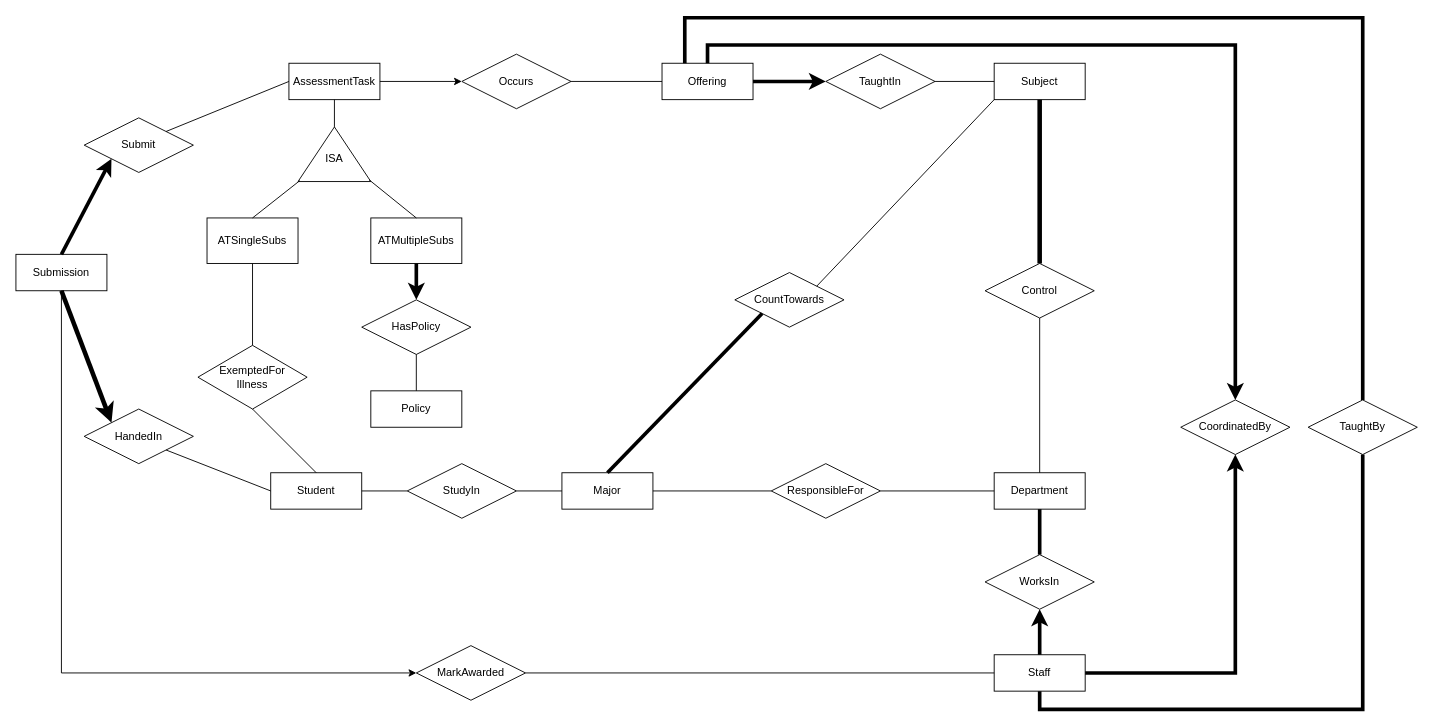
The draw.io diagram isys2120a2.drawio in NguyenChHieu/graphs, before the edit. Source tidied: cells renumbered, new cells numbered last; positions are measured from the earlier drawing's top-left corner, leaving out a move shared by most shapes. Both pictures are drawn from the tidied source at 91%, with x=0, y=0 at pixel (15, 17).
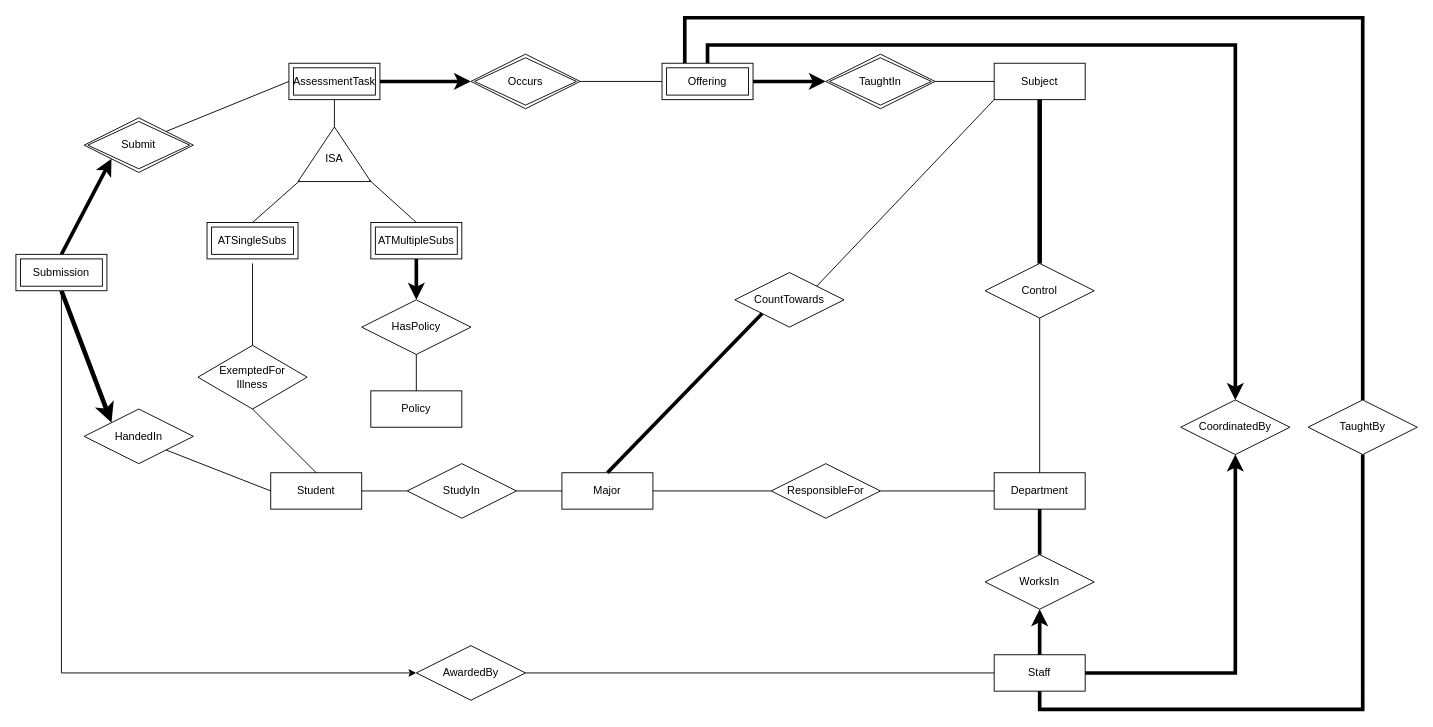
After the change.

The change refers to these unchanged cells:
```xml
<mxCell id="7" value="Subject" style="whiteSpace=wrap;html=1;align=center;" parent="1" vertex="1">
  <mxGeometry x="1075" y="50" width="100" height="40" as="geometry" />
</mxCell>
<mxCell id="19" value="HandedIn" style="shape=rhombus;perimeter=rhombusPerimeter;whiteSpace=wrap;html=1;align=center;" parent="1" vertex="1">
  <mxGeometry x="75" y="430" width="120" height="60" as="geometry" />
</mxCell>
<mxCell id="31" style="triangle;whiteSpace=wrap;html=1;rotation=-90;" parent="1" vertex="1">
  <mxGeometry x="320" y="110" width="60" height="80" as="geometry" />
</mxCell>
<mxCell id="44" value="ExemptedFor&lt;div&gt;Illness&lt;/div&gt;" style="shape=rhombus;perimeter=rhombusPerimeter;whiteSpace=wrap;html=1;align=center;" parent="1" vertex="1">
  <mxGeometry x="200" y="360" width="120" height="70" as="geometry" />
</mxCell>
<mxCell id="54" value="CoordinatedBy" style="shape=rhombus;perimeter=rhombusPerimeter;whiteSpace=wrap;html=1;align=center;" parent="1" vertex="1">
  <mxGeometry x="1280" y="420" width="120" height="60" as="geometry" />
</mxCell>
<mxCell id="57" value="TaughtBy" style="shape=rhombus;perimeter=rhombusPerimeter;whiteSpace=wrap;html=1;align=center;" parent="1" vertex="1">
  <mxGeometry x="1420" y="420" width="120" height="60" as="geometry" />
</mxCell>
```

Change to the diagram source:
```diff
@@
-    <mxCell id="2" value="Submission" style="whiteSpace=wrap;html=1;align=center;" parent="1" vertex="1">
-      <mxGeometry y="260" width="100" height="40" as="geometry" />
-    </mxCell>
@@
-    <mxCell id="5" value="Offering" style="whiteSpace=wrap;html=1;align=center;" parent="1" vertex="1">
-      <mxGeometry x="710" y="50" width="100" height="40" as="geometry" />
-    </mxCell>
-    <mxCell id="6" value="AssessmentTask" style="whiteSpace=wrap;html=1;align=center;" parent="1" vertex="1">
-      <mxGeometry x="300" y="50" width="100" height="40" as="geometry" />
-    </mxCell>
@@
-    <mxCell id="20" value="Occurs" style="shape=rhombus;perimeter=rhombusPerimeter;whiteSpace=wrap;html=1;align=center;" parent="1" vertex="1">
-      <mxGeometry x="490" y="40" width="120" height="60" as="geometry" />
-    </mxCell>
-    <mxCell id="21" style="endArrow=none;html=1;rounded=0;entryX=0;entryY=0.5;entryDx=0;entryDy=0;exitX=1;exitY=0.5;exitDx=0;exitDy=0;" parent="1" edge="1" source="20" target="5">
-      <mxGeometry relative="1" as="geometry" />
+    <mxCell id="21" style="endArrow=none;html=1;rounded=0;entryX=0;entryY=0.5;entryDx=0;entryDy=0;exitX=1;exitY=0.5;exitDx=0;exitDy=0;" parent="1" edge="1">
+      <mxGeometry relative="1" as="geometry">
+        <mxPoint x="620" y="70" as="sourcePoint" />
+        <mxPoint x="710" y="70" as="targetPoint" />
+      </mxGeometry>
     </mxCell>
-    <mxCell id="22" value="TaughtIn" style="shape=rhombus;perimeter=rhombusPerimeter;whiteSpace=wrap;html=1;align=center;" parent="1" vertex="1">
-      <mxGeometry x="890" y="40" width="120" height="60" as="geometry" />
-    </mxCell>
-    <mxCell id="23" style="endArrow=classic;html=1;rounded=0;exitX=1;exitY=0.5;exitDx=0;exitDy=0;entryX=0;entryY=0.5;entryDx=0;entryDy=0;" parent="1" edge="1" source="6" target="20">
-      <mxGeometry relative="1" as="geometry" />
+    <mxCell id="23" style="endArrow=classic;html=1;rounded=0;exitX=1;exitY=0.5;exitDx=0;exitDy=0;entryX=0;entryY=0.5;entryDx=0;entryDy=0;strokeWidth=4;" parent="1" edge="1">
+      <mxGeometry relative="1" as="geometry">
+        <mxPoint x="400" y="70" as="sourcePoint" />
+        <mxPoint x="500" y="70" as="targetPoint" />
+      </mxGeometry>
     </mxCell>
-    <mxCell id="24" style="endArrow=none;html=1;rounded=0;entryX=0;entryY=0.5;entryDx=0;entryDy=0;exitX=1;exitY=0.5;exitDx=0;exitDy=0;" parent="1" edge="1" source="22" target="7">
-      <mxGeometry relative="1" as="geometry" />
+    <mxCell id="24" style="endArrow=none;html=1;rounded=0;entryX=0;entryY=0.5;entryDx=0;entryDy=0;exitX=1;exitY=0.5;exitDx=0;exitDy=0;" parent="1" edge="1" target="7">
+      <mxGeometry relative="1" as="geometry">
+        <mxPoint x="1010" y="70" as="sourcePoint" />
+      </mxGeometry>
     </mxCell>
@@
-    <mxCell id="28" style="endArrow=classic;html=1;rounded=0;entryX=0;entryY=0.5;entryDx=0;entryDy=0;exitX=1;exitY=0.5;exitDx=0;exitDy=0;strokeWidth=4;" parent="1" edge="1" source="5" target="22">
-      <mxGeometry relative="1" as="geometry" />
+    <mxCell id="28" style="endArrow=classic;html=1;rounded=0;entryX=0;entryY=0.5;entryDx=0;entryDy=0;exitX=1;exitY=0.5;exitDx=0;exitDy=0;strokeWidth=4;" parent="1" edge="1">
+      <mxGeometry relative="1" as="geometry">
+        <mxPoint x="810" y="70" as="sourcePoint" />
+        <mxPoint x="890" y="70" as="targetPoint" />
+      </mxGeometry>
     </mxCell>
-    <mxCell id="29" value="ATSingleSubs" style="rounded=0;whiteSpace=wrap;html=1;" parent="1" vertex="1">
-      <mxGeometry x="210" y="220" width="100" height="50" as="geometry" />
-    </mxCell>
-    <mxCell id="30" value="ATMultipleSubs" style="rounded=0;whiteSpace=wrap;html=1;" parent="1" vertex="1">
-      <mxGeometry x="390" y="220" width="100" height="50" as="geometry" />
-    </mxCell>
@@
-    <mxCell id="35" style="endArrow=none;html=1;rounded=0;exitX=1;exitY=0.5;exitDx=0;exitDy=0;entryX=0.5;entryY=1;entryDx=0;entryDy=0;" parent="1" edge="1" source="31" target="6">
-      <mxGeometry relative="1" as="geometry" />
+    <mxCell id="35" style="endArrow=none;html=1;rounded=0;exitX=1;exitY=0.5;exitDx=0;exitDy=0;entryX=0.5;entryY=1;entryDx=0;entryDy=0;" parent="1" edge="1" source="31">
+      <mxGeometry relative="1" as="geometry">
+        <mxPoint x="350" y="90" as="targetPoint" />
+      </mxGeometry>
     </mxCell>
-    <mxCell id="36" value="Submit" style="shape=rhombus;perimeter=rhombusPerimeter;whiteSpace=wrap;html=1;align=center;" parent="1" vertex="1">
-      <mxGeometry x="75" y="110" width="120" height="60" as="geometry" />
-    </mxCell>
-    <mxCell id="37" style="endArrow=none;html=1;rounded=0;exitX=1;exitY=0;exitDx=0;exitDy=0;entryX=0;entryY=0.5;entryDx=0;entryDy=0;" parent="1" edge="1" source="36" target="6">
-      <mxGeometry relative="1" as="geometry" />
+    <mxCell id="37" style="endArrow=none;html=1;rounded=0;exitX=1;exitY=0;exitDx=0;exitDy=0;entryX=0;entryY=0.5;entryDx=0;entryDy=0;" parent="1" edge="1" source="36">
+      <mxGeometry relative="1" as="geometry">
+        <mxPoint x="300" y="70" as="targetPoint" />
+      </mxGeometry>
     </mxCell>
-    <mxCell id="38" style="endArrow=classic;html=1;rounded=0;exitX=0.5;exitY=0;exitDx=0;exitDy=0;entryX=0;entryY=1;entryDx=0;entryDy=0;strokeWidth=4;" parent="1" edge="1" source="2" target="36">
-      <mxGeometry relative="1" as="geometry" />
+    <mxCell id="38" style="endArrow=classic;html=1;rounded=0;exitX=0.5;exitY=0;exitDx=0;exitDy=0;entryX=0;entryY=1;entryDx=0;entryDy=0;strokeWidth=4;" parent="1" edge="1" target="36">
+      <mxGeometry relative="1" as="geometry">
+        <mxPoint x="50" y="260" as="sourcePoint" />
+      </mxGeometry>
     </mxCell>
@@
-    <mxCell id="40" style="endArrow=classic;html=1;rounded=0;exitX=0.5;exitY=1;exitDx=0;exitDy=0;entryX=0;entryY=0;entryDx=0;entryDy=0;strokeWidth=5;" parent="1" edge="1" source="2" target="19">
-      <mxGeometry relative="1" as="geometry" />
+    <mxCell id="40" style="endArrow=classic;html=1;rounded=0;exitX=0.5;exitY=1;exitDx=0;exitDy=0;entryX=0;entryY=0;entryDx=0;entryDy=0;strokeWidth=5;" parent="1" edge="1" target="19">
+      <mxGeometry relative="1" as="geometry">
+        <mxPoint x="50" y="300" as="sourcePoint" />
+      </mxGeometry>
     </mxCell>
-    <mxCell id="41" value="MarkAwarded" style="shape=rhombus;perimeter=rhombusPerimeter;whiteSpace=wrap;html=1;align=center;" parent="1" vertex="1">
+    <mxCell id="41" value="AwardedBy" style="shape=rhombus;perimeter=rhombusPerimeter;whiteSpace=wrap;html=1;align=center;" parent="1" vertex="1">
       <mxGeometry x="440" y="690" width="120" height="60" as="geometry" />
     </mxCell>
-    <mxCell id="42" style="endArrow=classic;html=1;rounded=0;exitX=0.5;exitY=1;exitDx=0;exitDy=0;entryX=0;entryY=0.5;entryDx=0;entryDy=0;" parent="1" edge="1" source="2" target="41">
+    <mxCell id="42" style="endArrow=classic;html=1;rounded=0;exitX=0.5;exitY=1;exitDx=0;exitDy=0;entryX=0;entryY=0.5;entryDx=0;entryDy=0;" parent="1" edge="1" target="41">
       <mxGeometry relative="1" as="geometry">
+        <mxPoint x="50" y="300" as="sourcePoint" />
         <Array as="points">
           <mxPoint x="50" y="720" />
         </Array>
       </mxGeometry>
     </mxCell>
@@
-    <mxCell id="46" style="endArrow=none;html=1;rounded=0;entryX=0.5;entryY=1;entryDx=0;entryDy=0;exitX=0.5;exitY=0;exitDx=0;exitDy=0;" parent="1" edge="1" source="44" target="29">
-      <mxGeometry relative="1" as="geometry" />
+    <mxCell id="46" style="endArrow=none;html=1;rounded=0;entryX=0.5;entryY=1;entryDx=0;entryDy=0;exitX=0.5;exitY=0;exitDx=0;exitDy=0;" parent="1" edge="1" source="44">
+      <mxGeometry relative="1" as="geometry">
+        <mxPoint x="260" y="270" as="targetPoint" />
+      </mxGeometry>
     </mxCell>
@@
-    <mxCell id="56" style="endArrow=classic;html=1;rounded=0;exitX=0.5;exitY=0;exitDx=0;exitDy=0;entryX=0.5;entryY=0;entryDx=0;entryDy=0;strokeWidth=4;" parent="1" edge="1" source="5" target="54">
+    <mxCell id="56" style="endArrow=classic;html=1;rounded=0;exitX=0.5;exitY=0;exitDx=0;exitDy=0;entryX=0.5;entryY=0;entryDx=0;entryDy=0;strokeWidth=4;" parent="1" edge="1" target="54">
       <mxGeometry relative="1" as="geometry">
+        <mxPoint x="760" y="50" as="sourcePoint" />
         <Array as="points">
           <mxPoint x="760" y="30" />
           <mxPoint x="1340" y="30" />
         </Array>
       </mxGeometry>
     </mxCell>
@@
-    <mxCell id="59" style="endArrow=none;html=1;rounded=0;exitX=0.5;exitY=0;exitDx=0;exitDy=0;entryX=0.25;entryY=0;entryDx=0;entryDy=0;strokeWidth=4;" parent="1" edge="1" source="57" target="5">
+    <mxCell id="59" style="endArrow=none;html=1;rounded=0;exitX=0.5;exitY=0;exitDx=0;exitDy=0;entryX=0.25;entryY=0;entryDx=0;entryDy=0;strokeWidth=4;" parent="1" edge="1" source="57">
       <mxGeometry relative="1" as="geometry">
+        <mxPoint x="735" y="50" as="targetPoint" />
         <Array as="points">
           <mxPoint x="1480" />
           <mxPoint x="735" />
         </Array>
       </mxGeometry>
     </mxCell>
+    <mxCell id="5" value="Offering" style="shape=ext;margin=3;double=1;whiteSpace=wrap;html=1;align=center;" parent="1" vertex="1">
+      <mxGeometry x="710" y="50" width="100" height="40" as="geometry" />
+    </mxCell>
+    <mxCell id="22" value="TaughtIn" style="shape=rhombus;double=1;perimeter=rhombusPerimeter;whiteSpace=wrap;html=1;align=center;" parent="1" vertex="1">
+      <mxGeometry x="890" y="40" width="120" height="60" as="geometry" />
+    </mxCell>
+    <mxCell id="6" value="AssessmentTask" style="shape=ext;margin=3;double=1;whiteSpace=wrap;html=1;align=center;" parent="1" vertex="1">
+      <mxGeometry x="300" y="50" width="100" height="40" as="geometry" />
+    </mxCell>
+    <mxCell id="2" value="Submission" style="shape=ext;margin=3;double=1;whiteSpace=wrap;html=1;align=center;" parent="1" vertex="1">
+      <mxGeometry y="260" width="100" height="40" as="geometry" />
+    </mxCell>
+    <mxCell id="20" value="Occurs" style="shape=rhombus;double=1;perimeter=rhombusPerimeter;whiteSpace=wrap;html=1;align=center;" parent="1" vertex="1">
+      <mxGeometry x="500" y="40" width="120" height="60" as="geometry" />
+    </mxCell>
+    <mxCell id="36" value="Submit" style="shape=rhombus;double=1;perimeter=rhombusPerimeter;whiteSpace=wrap;html=1;align=center;" parent="1" vertex="1">
+      <mxGeometry x="75" y="110" width="120" height="60" as="geometry" />
+    </mxCell>
+    <mxCell id="29" value="ATSingleSubs" style="shape=ext;margin=3;double=1;whiteSpace=wrap;html=1;align=center;" parent="1" vertex="1">
+      <mxGeometry x="210" y="225" width="100" height="40" as="geometry" />
+    </mxCell>
+    <mxCell id="30" value="ATMultipleSubs" style="shape=ext;margin=3;double=1;whiteSpace=wrap;html=1;align=center;" parent="1" vertex="1">
+      <mxGeometry x="390" y="225" width="100" height="40" as="geometry" />
+    </mxCell>
```
